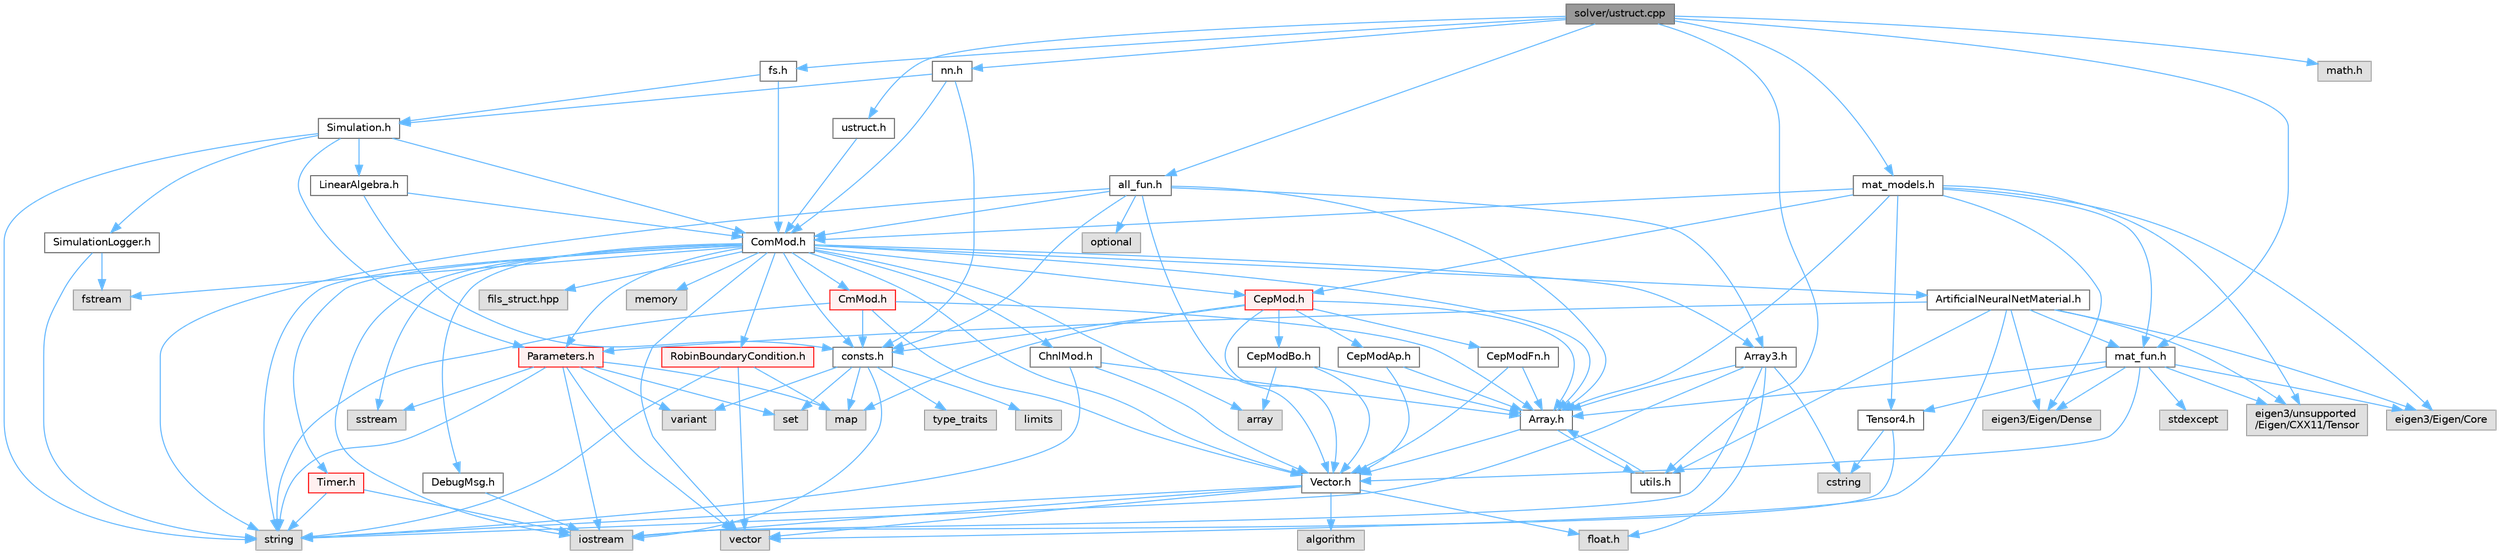
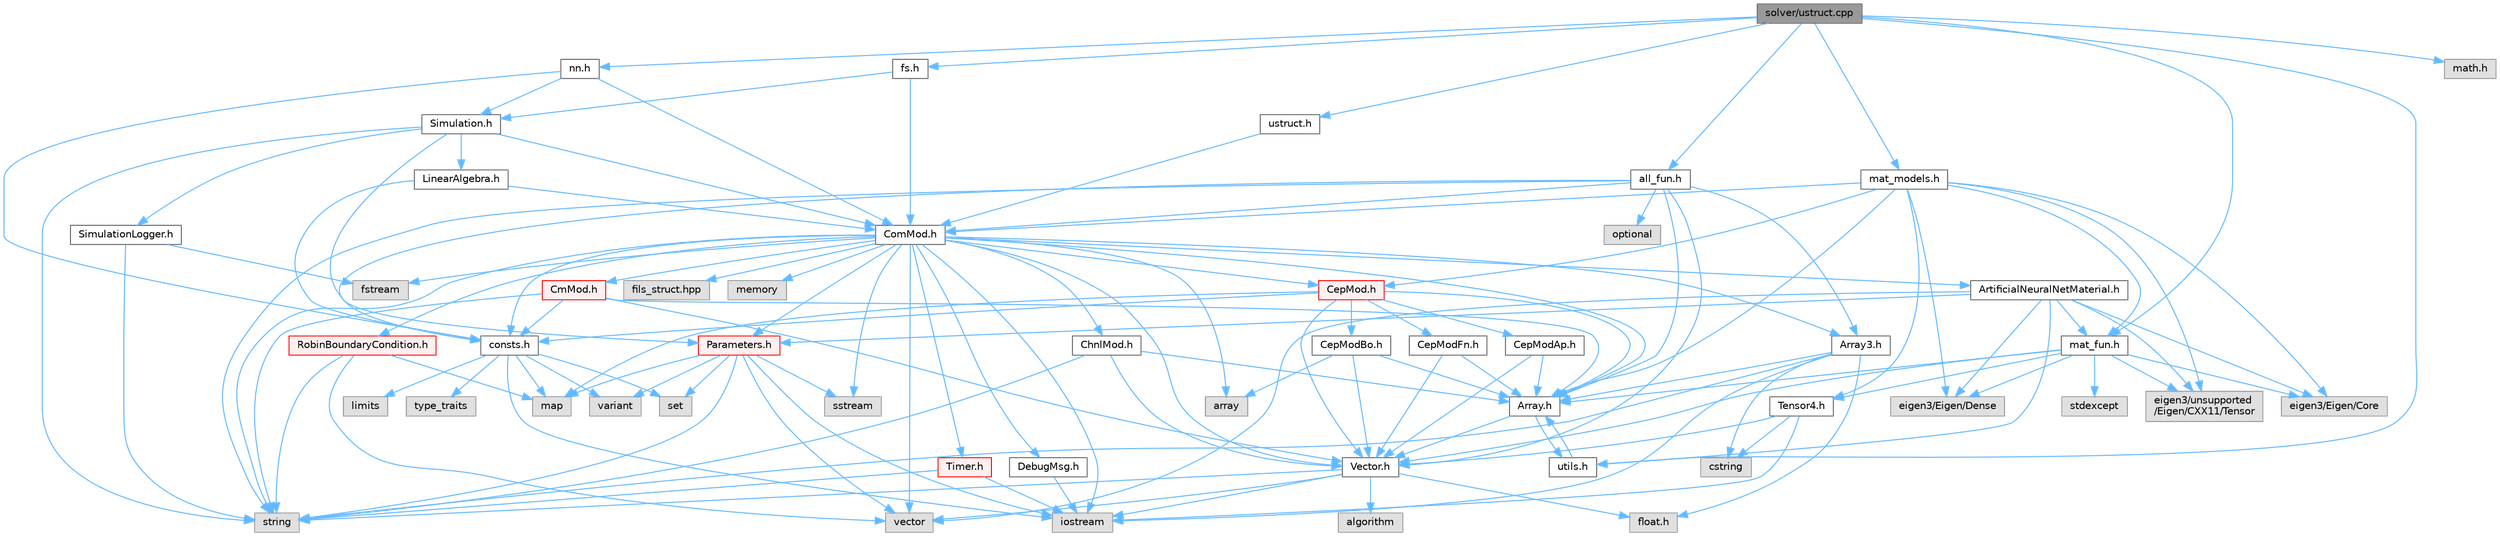
digraph "solver/ustruct.cpp"
{
 // LATEX_PDF_SIZE
  bgcolor="transparent";
  edge [fontname=Helvetica,fontsize=10,labelfontname=Helvetica,labelfontsize=10];
  node [fontname=Helvetica,fontsize=10,shape=box,height=0.2,width=0.4];
  Node1 [id="Node000001",label="solver/ustruct.cpp",height=0.2,width=0.4,color="gray40", fillcolor="grey60", style="filled", fontcolor="black",tooltip="Structural mechanics implementation based on the following reference:"];
  Node1 -> Node2 [id="edge1_Node000001_Node000002",color="steelblue1",style="solid",tooltip=" "];
  Node2 [id="Node000002",label="ustruct.h",height=0.2,width=0.4,color="grey40", fillcolor="white", style="filled",URL="$ustruct_8h_source.html",tooltip=" "];
  Node2 -> Node3 [id="edge2_Node000002_Node000003",color="steelblue1",style="solid",tooltip=" "];
  Node3 [id="Node000003",label="ComMod.h",height=0.2,width=0.4,color="grey40", fillcolor="white", style="filled",URL="$_com_mod_8h_source.html",tooltip=" "];
  Node3 -> Node4 [id="edge3_Node000003_Node000004",color="steelblue1",style="solid",tooltip=" "];
  Node4 [id="Node000004",label="Array.h",height=0.2,width=0.4,color="grey40", fillcolor="white", style="filled",URL="$_array_8h_source.html",tooltip=" "];
  Node4 -> Node5 [id="edge4_Node000004_Node000005",color="steelblue1",style="solid",tooltip=" "];
  Node5 [id="Node000005",label="Vector.h",height=0.2,width=0.4,color="grey40", fillcolor="white", style="filled",URL="$_vector_8h_source.html",tooltip=" "];
  Node5 -> Node6 [id="edge5_Node000005_Node000006",color="steelblue1",style="solid",tooltip=" "];
  Node6 [id="Node000006",label="algorithm",height=0.2,width=0.4,color="grey60", fillcolor="#E0E0E0", style="filled",tooltip=" "];
  Node5 -> Node7 [id="edge6_Node000005_Node000007",color="steelblue1",style="solid",tooltip=" "];
  Node7 [id="Node000007",label="float.h",height=0.2,width=0.4,color="grey60", fillcolor="#E0E0E0", style="filled",tooltip=" "];
  Node5 -> Node8 [id="edge7_Node000005_Node000008",color="steelblue1",style="solid",tooltip=" "];
  Node8 [id="Node000008",label="iostream",height=0.2,width=0.4,color="grey60", fillcolor="#E0E0E0", style="filled",tooltip=" "];
  Node5 -> Node9 [id="edge8_Node000005_Node000009",color="steelblue1",style="solid",tooltip=" "];
  Node9 [id="Node000009",label="string",height=0.2,width=0.4,color="grey60", fillcolor="#E0E0E0", style="filled",tooltip=" "];
  Node5 -> Node10 [id="edge9_Node000005_Node000010",color="steelblue1",style="solid",tooltip=" "];
  Node10 [id="Node000010",label="vector",height=0.2,width=0.4,color="grey60", fillcolor="#E0E0E0", style="filled",tooltip=" "];
  Node4 -> Node11 [id="edge10_Node000004_Node000011",color="steelblue1",style="solid",tooltip=" "];
  Node11 [id="Node000011",label="utils.h",height=0.2,width=0.4,color="grey40", fillcolor="white", style="filled",URL="$utils_8h_source.html",tooltip=" "];
  Node11 -> Node4 [id="edge11_Node000011_Node000004",color="steelblue1",style="solid",tooltip=" "];
  Node3 -> Node12 [id="edge12_Node000003_Node000012",color="steelblue1",style="solid",tooltip=" "];
  Node12 [id="Node000012",label="Array3.h",height=0.2,width=0.4,color="grey40", fillcolor="white", style="filled",URL="$_array3_8h_source.html",tooltip=" "];
  Node12 -> Node4 [id="edge13_Node000012_Node000004",color="steelblue1",style="solid",tooltip=" "];
  Node12 -> Node7 [id="edge14_Node000012_Node000007",color="steelblue1",style="solid",tooltip=" "];
  Node12 -> Node8 [id="edge15_Node000012_Node000008",color="steelblue1",style="solid",tooltip=" "];
  Node12 -> Node9 [id="edge16_Node000012_Node000009",color="steelblue1",style="solid",tooltip=" "];
  Node12 -> Node13 [id="edge17_Node000012_Node000013",color="steelblue1",style="solid",tooltip=" "];
  Node13 [id="Node000013",label="cstring",height=0.2,width=0.4,color="grey60", fillcolor="#E0E0E0", style="filled",tooltip=" "];
  Node3 -> Node14 [id="edge18_Node000003_Node000014",color="steelblue1",style="solid",tooltip=" "];
  Node14 [id="Node000014",label="CepMod.h",height=0.2,width=0.4,color="red", fillcolor="#FFF0F0", style="filled",URL="$_cep_mod_8h_source.html",tooltip=" "];
  Node14 -> Node15 [id="edge19_Node000014_Node000015",color="steelblue1",style="solid",tooltip=" "];
  Node15 [id="Node000015",label="CepModAp.h",height=0.2,width=0.4,color="grey40", fillcolor="white", style="filled",URL="$_cep_mod_ap_8h_source.html",tooltip=" "];
  Node15 -> Node4 [id="edge20_Node000015_Node000004",color="steelblue1",style="solid",tooltip=" "];
  Node15 -> Node5 [id="edge21_Node000015_Node000005",color="steelblue1",style="solid",tooltip=" "];
  Node14 -> Node16 [id="edge22_Node000014_Node000016",color="steelblue1",style="solid",tooltip=" "];
  Node16 [id="Node000016",label="CepModBo.h",height=0.2,width=0.4,color="grey40", fillcolor="white", style="filled",URL="$_cep_mod_bo_8h_source.html",tooltip=" "];
  Node16 -> Node4 [id="edge23_Node000016_Node000004",color="steelblue1",style="solid",tooltip=" "];
  Node16 -> Node5 [id="edge24_Node000016_Node000005",color="steelblue1",style="solid",tooltip=" "];
  Node16 -> Node17 [id="edge25_Node000016_Node000017",color="steelblue1",style="solid",tooltip=" "];
  Node17 [id="Node000017",label="array",height=0.2,width=0.4,color="grey60", fillcolor="#E0E0E0", style="filled",tooltip=" "];
  Node14 -> Node18 [id="edge26_Node000014_Node000018",color="steelblue1",style="solid",tooltip=" "];
  Node18 [id="Node000018",label="CepModFn.h",height=0.2,width=0.4,color="grey40", fillcolor="white", style="filled",URL="$_cep_mod_fn_8h_source.html",tooltip=" "];
  Node18 -> Node4 [id="edge27_Node000018_Node000004",color="steelblue1",style="solid",tooltip=" "];
  Node18 -> Node5 [id="edge28_Node000018_Node000005",color="steelblue1",style="solid",tooltip=" "];
  Node14 -> Node22 [id="edge29_Node000014_Node000022",color="steelblue1",style="solid",tooltip=" "];
  Node22 [id="Node000022",label="consts.h",height=0.2,width=0.4,color="grey40", fillcolor="white", style="filled",URL="$consts_8h_source.html",tooltip=" "];
  Node22 -> Node8 [id="edge30_Node000022_Node000008",color="steelblue1",style="solid",tooltip=" "];
  Node22 -> Node23 [id="edge31_Node000022_Node000023",color="steelblue1",style="solid",tooltip=" "];
  Node23 [id="Node000023",label="limits",height=0.2,width=0.4,color="grey60", fillcolor="#E0E0E0", style="filled",tooltip=" "];
  Node22 -> Node24 [id="edge32_Node000022_Node000024",color="steelblue1",style="solid",tooltip=" "];
  Node24 [id="Node000024",label="map",height=0.2,width=0.4,color="grey60", fillcolor="#E0E0E0", style="filled",tooltip=" "];
  Node22 -> Node25 [id="edge33_Node000022_Node000025",color="steelblue1",style="solid",tooltip=" "];
  Node25 [id="Node000025",label="set",height=0.2,width=0.4,color="grey60", fillcolor="#E0E0E0", style="filled",tooltip=" "];
  Node22 -> Node26 [id="edge34_Node000022_Node000026",color="steelblue1",style="solid",tooltip=" "];
  Node26 [id="Node000026",label="type_traits",height=0.2,width=0.4,color="grey60", fillcolor="#E0E0E0", style="filled",tooltip=" "];
  Node22 -> Node27 [id="edge35_Node000022_Node000027",color="steelblue1",style="solid",tooltip=" "];
  Node27 [id="Node000027",label="variant",height=0.2,width=0.4,color="grey60", fillcolor="#E0E0E0", style="filled",tooltip=" "];
  Node14 -> Node4 [id="edge36_Node000014_Node000004",color="steelblue1",style="solid",tooltip=" "];
  Node14 -> Node5 [id="edge37_Node000014_Node000005",color="steelblue1",style="solid",tooltip=" "];
  Node14 -> Node24 [id="edge38_Node000014_Node000024",color="steelblue1",style="solid",tooltip=" "];
  Node3 -> Node28 [id="edge39_Node000003_Node000028",color="steelblue1",style="solid",tooltip=" "];
  Node28 [id="Node000028",label="ChnlMod.h",height=0.2,width=0.4,color="grey40", fillcolor="white", style="filled",URL="$_chnl_mod_8h_source.html",tooltip=" "];
  Node28 -> Node4 [id="edge40_Node000028_Node000004",color="steelblue1",style="solid",tooltip=" "];
  Node28 -> Node5 [id="edge41_Node000028_Node000005",color="steelblue1",style="solid",tooltip=" "];
  Node28 -> Node9 [id="edge42_Node000028_Node000009",color="steelblue1",style="solid",tooltip=" "];
  Node3 -> Node29 [id="edge43_Node000003_Node000029",color="steelblue1",style="solid",tooltip=" "];
  Node29 [id="Node000029",label="CmMod.h",height=0.2,width=0.4,color="red", fillcolor="#FFF0F0", style="filled",URL="$_cm_mod_8h_source.html",tooltip=" "];
  Node29 -> Node4 [id="edge44_Node000029_Node000004",color="steelblue1",style="solid",tooltip=" "];
  Node29 -> Node5 [id="edge45_Node000029_Node000005",color="steelblue1",style="solid",tooltip=" "];
  Node29 -> Node22 [id="edge46_Node000029_Node000022",color="steelblue1",style="solid",tooltip=" "];
  Node29 -> Node9 [id="edge47_Node000029_Node000009",color="steelblue1",style="solid",tooltip=" "];
  Node3 -> Node31 [id="edge48_Node000003_Node000031",color="steelblue1",style="solid",tooltip=" "];
  Node31 [id="Node000031",label="Parameters.h",height=0.2,width=0.4,color="red", fillcolor="#FFF0F0", style="filled",URL="$_parameters_8h_source.html",tooltip=" "];
  Node31 -> Node8 [id="edge49_Node000031_Node000008",color="steelblue1",style="solid",tooltip=" "];
  Node31 -> Node24 [id="edge50_Node000031_Node000024",color="steelblue1",style="solid",tooltip=" "];
  Node31 -> Node25 [id="edge51_Node000031_Node000025",color="steelblue1",style="solid",tooltip=" "];
  Node31 -> Node34 [id="edge52_Node000031_Node000034",color="steelblue1",style="solid",tooltip=" "];
  Node34 [id="Node000034",label="sstream",height=0.2,width=0.4,color="grey60", fillcolor="#E0E0E0", style="filled",tooltip=" "];
  Node31 -> Node9 [id="edge53_Node000031_Node000009",color="steelblue1",style="solid",tooltip=" "];
  Node31 -> Node27 [id="edge54_Node000031_Node000027",color="steelblue1",style="solid",tooltip=" "];
  Node31 -> Node10 [id="edge55_Node000031_Node000010",color="steelblue1",style="solid",tooltip=" "];
  Node3 -> Node37 [id="edge56_Node000003_Node000037",color="steelblue1",style="solid",tooltip=" "];
  Node37 [id="Node000037",label="RobinBoundaryCondition.h",height=0.2,width=0.4,color="red", fillcolor="#FFF0F0", style="filled",URL="$_robin_boundary_condition_8h_source.html",tooltip=" "];
  Node37 -> Node9 [id="edge57_Node000037_Node000009",color="steelblue1",style="solid",tooltip=" "];
  Node37 -> Node24 [id="edge58_Node000037_Node000024",color="steelblue1",style="solid",tooltip=" "];
  Node37 -> Node10 [id="edge59_Node000037_Node000010",color="steelblue1",style="solid",tooltip=" "];
  Node3 -> Node45 [id="edge60_Node000003_Node000045",color="steelblue1",style="solid",tooltip=" "];
  Node45 [id="Node000045",label="Timer.h",height=0.2,width=0.4,color="red", fillcolor="#FFF0F0", style="filled",URL="$_timer_8h_source.html",tooltip=" "];
  Node45 -> Node8 [id="edge61_Node000045_Node000008",color="steelblue1",style="solid",tooltip=" "];
  Node45 -> Node9 [id="edge62_Node000045_Node000009",color="steelblue1",style="solid",tooltip=" "];
  Node3 -> Node5 [id="edge63_Node000003_Node000005",color="steelblue1",style="solid",tooltip=" "];
  Node3 -> Node47 [id="edge64_Node000003_Node000047",color="steelblue1",style="solid",tooltip=" "];
  Node47 [id="Node000047",label="DebugMsg.h",height=0.2,width=0.4,color="grey40", fillcolor="white", style="filled",URL="$_debug_msg_8h_source.html",tooltip=" "];
  Node47 -> Node8 [id="edge65_Node000047_Node000008",color="steelblue1",style="solid",tooltip=" "];
  Node3 -> Node22 [id="edge66_Node000003_Node000022",color="steelblue1",style="solid",tooltip=" "];
  Node3 -> Node48 [id="edge67_Node000003_Node000048",color="steelblue1",style="solid",tooltip=" "];
  Node48 [id="Node000048",label="fils_struct.hpp",height=0.2,width=0.4,color="grey60", fillcolor="#E0E0E0", style="filled",tooltip=" "];
  Node3 -> Node49 [id="edge68_Node000003_Node000049",color="steelblue1",style="solid",tooltip=" "];
  Node49 [id="Node000049",label="ArtificialNeuralNetMaterial.h",height=0.2,width=0.4,color="grey40", fillcolor="white", style="filled",URL="$_artificial_neural_net_material_8h_source.html",tooltip=" "];
  Node49 -> Node50 [id="edge69_Node000049_Node000050",color="steelblue1",style="solid",tooltip=" "];
  Node50 [id="Node000050",label="mat_fun.h",height=0.2,width=0.4,color="grey40", fillcolor="white", style="filled",URL="$mat__fun_8h_source.html",tooltip=" "];
  Node50 -> Node51 [id="edge70_Node000050_Node000051",color="steelblue1",style="solid",tooltip=" "];
  Node51 [id="Node000051",label="eigen3/Eigen/Core",height=0.2,width=0.4,color="grey60", fillcolor="#E0E0E0", style="filled",tooltip=" "];
  Node50 -> Node52 [id="edge71_Node000050_Node000052",color="steelblue1",style="solid",tooltip=" "];
  Node52 [id="Node000052",label="eigen3/Eigen/Dense",height=0.2,width=0.4,color="grey60", fillcolor="#E0E0E0", style="filled",tooltip=" "];
  Node50 -> Node53 [id="edge72_Node000050_Node000053",color="steelblue1",style="solid",tooltip=" "];
  Node53 [id="Node000053",label="eigen3/unsupported\l/Eigen/CXX11/Tensor",height=0.2,width=0.4,color="grey60", fillcolor="#E0E0E0", style="filled",tooltip=" "];
  Node50 -> Node43 [id="edge73_Node000050_Node000043",color="steelblue1",style="solid",tooltip=" "];
  Node43 [id="Node000043",label="stdexcept",height=0.2,width=0.4,color="grey60", fillcolor="#E0E0E0", style="filled",tooltip=" "];
  Node50 -> Node4 [id="edge74_Node000050_Node000004",color="steelblue1",style="solid",tooltip=" "];
  Node50 -> Node54 [id="edge75_Node000050_Node000054",color="steelblue1",style="solid",tooltip=" "];
  Node54 [id="Node000054",label="Tensor4.h",height=0.2,width=0.4,color="grey40", fillcolor="white", style="filled",URL="$_tensor4_8h_source.html",tooltip=" "];
  Node54 -> Node13 [id="edge76_Node000054_Node000013",color="steelblue1",style="solid",tooltip=" "];
  Node54 -> Node8 [id="edge77_Node000054_Node000008",color="steelblue1",style="solid",tooltip=" "];
-   Node50 -> Node5 [id="edge78_Node000050_Node000005",color="steelblue1",style="solid",tooltip=" "];
-   Node49 -> Node11 [id="edge79_Node000049_Node000011",color="steelblue1",style="solid",tooltip=" "];
-   Node49 -> Node31 [id="edge80_Node000049_Node000031",color="steelblue1",style="solid",tooltip=" "];
-   Node49 -> Node10 [id="edge81_Node000049_Node000010",color="steelblue1",style="solid",tooltip=" "];
-   Node49 -> Node51 [id="edge82_Node000049_Node000051",color="steelblue1",style="solid",tooltip=" "];
-   Node49 -> Node52 [id="edge83_Node000049_Node000052",color="steelblue1",style="solid",tooltip=" "];
-   Node49 -> Node53 [id="edge84_Node000049_Node000053",color="steelblue1",style="solid",tooltip=" "];
-   Node3 -> Node17 [id="edge85_Node000003_Node000017",color="steelblue1",style="solid",tooltip=" "];
-   Node3 -> Node8 [id="edge86_Node000003_Node000008",color="steelblue1",style="solid",tooltip=" "];
-   Node3 -> Node42 [id="edge87_Node000003_Node000042",color="steelblue1",style="solid",tooltip=" "];
+   Node54 -> Node5 [id="edge78_Node000054_Node000005",color="steelblue1",style="solid",tooltip=" "];
+   Node50 -> Node5 [id="edge79_Node000050_Node000005",color="steelblue1",style="solid",tooltip=" "];
+   Node49 -> Node11 [id="edge80_Node000049_Node000011",color="steelblue1",style="solid",tooltip=" "];
+   Node49 -> Node31 [id="edge81_Node000049_Node000031",color="steelblue1",style="solid",tooltip=" "];
+   Node49 -> Node10 [id="edge82_Node000049_Node000010",color="steelblue1",style="solid",tooltip=" "];
+   Node49 -> Node51 [id="edge83_Node000049_Node000051",color="steelblue1",style="solid",tooltip=" "];
+   Node49 -> Node52 [id="edge84_Node000049_Node000052",color="steelblue1",style="solid",tooltip=" "];
+   Node49 -> Node53 [id="edge85_Node000049_Node000053",color="steelblue1",style="solid",tooltip=" "];
+   Node3 -> Node17 [id="edge86_Node000003_Node000017",color="steelblue1",style="solid",tooltip=" "];
+   Node3 -> Node8 [id="edge87_Node000003_Node000008",color="steelblue1",style="solid",tooltip=" "];
+   Node3 -> Node42 [id="edge88_Node000003_Node000042",color="steelblue1",style="solid",tooltip=" "];
  Node42 [id="Node000042",label="memory",height=0.2,width=0.4,color="grey60", fillcolor="#E0E0E0", style="filled",tooltip=" "];
-   Node3 -> Node9 [id="edge88_Node000003_Node000009",color="steelblue1",style="solid",tooltip=" "];
-   Node3 -> Node10 [id="edge89_Node000003_Node000010",color="steelblue1",style="solid",tooltip=" "];
-   Node3 -> Node41 [id="edge90_Node000003_Node000041",color="steelblue1",style="solid",tooltip=" "];
+   Node3 -> Node9 [id="edge89_Node000003_Node000009",color="steelblue1",style="solid",tooltip=" "];
+   Node3 -> Node10 [id="edge90_Node000003_Node000010",color="steelblue1",style="solid",tooltip=" "];
+   Node3 -> Node41 [id="edge91_Node000003_Node000041",color="steelblue1",style="solid",tooltip=" "];
  Node41 [id="Node000041",label="fstream",height=0.2,width=0.4,color="grey60", fillcolor="#E0E0E0", style="filled",tooltip=" "];
-   Node3 -> Node34 [id="edge91_Node000003_Node000034",color="steelblue1",style="solid",tooltip=" "];
-   Node1 -> Node55 [id="edge92_Node000001_Node000055",color="steelblue1",style="solid",tooltip=" "];
+   Node3 -> Node34 [id="edge92_Node000003_Node000034",color="steelblue1",style="solid",tooltip=" "];
+   Node1 -> Node55 [id="edge93_Node000001_Node000055",color="steelblue1",style="solid",tooltip=" "];
  Node55 [id="Node000055",label="all_fun.h",height=0.2,width=0.4,color="grey40", fillcolor="white", style="filled",URL="$all__fun_8h_source.html",tooltip=" "];
-   Node55 -> Node12 [id="edge93_Node000055_Node000012",color="steelblue1",style="solid",tooltip=" "];
-   Node55 -> Node4 [id="edge94_Node000055_Node000004",color="steelblue1",style="solid",tooltip=" "];
-   Node55 -> Node5 [id="edge95_Node000055_Node000005",color="steelblue1",style="solid",tooltip=" "];
-   Node55 -> Node3 [id="edge96_Node000055_Node000003",color="steelblue1",style="solid",tooltip=" "];
-   Node55 -> Node22 [id="edge97_Node000055_Node000022",color="steelblue1",style="solid",tooltip=" "];
-   Node55 -> Node20 [id="edge98_Node000055_Node000020",color="steelblue1",style="solid",tooltip=" "];
+   Node55 -> Node12 [id="edge94_Node000055_Node000012",color="steelblue1",style="solid",tooltip=" "];
+   Node55 -> Node4 [id="edge95_Node000055_Node000004",color="steelblue1",style="solid",tooltip=" "];
+   Node55 -> Node5 [id="edge96_Node000055_Node000005",color="steelblue1",style="solid",tooltip=" "];
+   Node55 -> Node3 [id="edge97_Node000055_Node000003",color="steelblue1",style="solid",tooltip=" "];
+   Node55 -> Node22 [id="edge98_Node000055_Node000022",color="steelblue1",style="solid",tooltip=" "];
+   Node55 -> Node20 [id="edge99_Node000055_Node000020",color="steelblue1",style="solid",tooltip=" "];
  Node20 [id="Node000020",label="optional",height=0.2,width=0.4,color="grey60", fillcolor="#E0E0E0", style="filled",tooltip=" "];
-   Node55 -> Node9 [id="edge99_Node000055_Node000009",color="steelblue1",style="solid",tooltip=" "];
-   Node1 -> Node56 [id="edge100_Node000001_Node000056",color="steelblue1",style="solid",tooltip=" "];
+   Node55 -> Node9 [id="edge100_Node000055_Node000009",color="steelblue1",style="solid",tooltip=" "];
+   Node1 -> Node56 [id="edge101_Node000001_Node000056",color="steelblue1",style="solid",tooltip=" "];
  Node56 [id="Node000056",label="fs.h",height=0.2,width=0.4,color="grey40", fillcolor="white", style="filled",URL="$fs_8h_source.html",tooltip=" "];
-   Node56 -> Node57 [id="edge101_Node000056_Node000057",color="steelblue1",style="solid",tooltip=" "];
+   Node56 -> Node57 [id="edge102_Node000056_Node000057",color="steelblue1",style="solid",tooltip=" "];
  Node57 [id="Node000057",label="Simulation.h",height=0.2,width=0.4,color="grey40", fillcolor="white", style="filled",URL="$_simulation_8h_source.html",tooltip=" "];
-   Node57 -> Node3 [id="edge102_Node000057_Node000003",color="steelblue1",style="solid",tooltip=" "];
-   Node57 -> Node31 [id="edge103_Node000057_Node000031",color="steelblue1",style="solid",tooltip=" "];
-   Node57 -> Node40 [id="edge104_Node000057_Node000040",color="steelblue1",style="solid",tooltip=" "];
+   Node57 -> Node3 [id="edge103_Node000057_Node000003",color="steelblue1",style="solid",tooltip=" "];
+   Node57 -> Node31 [id="edge104_Node000057_Node000031",color="steelblue1",style="solid",tooltip=" "];
+   Node57 -> Node40 [id="edge105_Node000057_Node000040",color="steelblue1",style="solid",tooltip=" "];
  Node40 [id="Node000040",label="SimulationLogger.h",height=0.2,width=0.4,color="grey40", fillcolor="white", style="filled",URL="$_simulation_logger_8h_source.html",tooltip=" "];
-   Node40 -> Node41 [id="edge105_Node000040_Node000041",color="steelblue1",style="solid",tooltip=" "];
-   Node40 -> Node9 [id="edge106_Node000040_Node000009",color="steelblue1",style="solid",tooltip=" "];
-   Node57 -> Node58 [id="edge107_Node000057_Node000058",color="steelblue1",style="solid",tooltip=" "];
+   Node40 -> Node41 [id="edge106_Node000040_Node000041",color="steelblue1",style="solid",tooltip=" "];
+   Node40 -> Node9 [id="edge107_Node000040_Node000009",color="steelblue1",style="solid",tooltip=" "];
+   Node57 -> Node58 [id="edge108_Node000057_Node000058",color="steelblue1",style="solid",tooltip=" "];
  Node58 [id="Node000058",label="LinearAlgebra.h",height=0.2,width=0.4,color="grey40", fillcolor="white", style="filled",URL="$_linear_algebra_8h_source.html",tooltip=" "];
-   Node58 -> Node3 [id="edge108_Node000058_Node000003",color="steelblue1",style="solid",tooltip=" "];
-   Node58 -> Node22 [id="edge109_Node000058_Node000022",color="steelblue1",style="solid",tooltip=" "];
-   Node57 -> Node9 [id="edge110_Node000057_Node000009",color="steelblue1",style="solid",tooltip=" "];
-   Node56 -> Node3 [id="edge111_Node000056_Node000003",color="steelblue1",style="solid",tooltip=" "];
-   Node1 -> Node50 [id="edge112_Node000001_Node000050",color="steelblue1",style="solid",tooltip=" "];
-   Node1 -> Node59 [id="edge113_Node000001_Node000059",color="steelblue1",style="solid",tooltip=" "];
+   Node58 -> Node3 [id="edge109_Node000058_Node000003",color="steelblue1",style="solid",tooltip=" "];
+   Node58 -> Node22 [id="edge110_Node000058_Node000022",color="steelblue1",style="solid",tooltip=" "];
+   Node57 -> Node9 [id="edge111_Node000057_Node000009",color="steelblue1",style="solid",tooltip=" "];
+   Node56 -> Node3 [id="edge112_Node000056_Node000003",color="steelblue1",style="solid",tooltip=" "];
+   Node1 -> Node50 [id="edge113_Node000001_Node000050",color="steelblue1",style="solid",tooltip=" "];
+   Node1 -> Node59 [id="edge114_Node000001_Node000059",color="steelblue1",style="solid",tooltip=" "];
  Node59 [id="Node000059",label="mat_models.h",height=0.2,width=0.4,color="grey40", fillcolor="white", style="filled",URL="$mat__models_8h_source.html",tooltip=" "];
-   Node59 -> Node4 [id="edge114_Node000059_Node000004",color="steelblue1",style="solid",tooltip=" "];
-   Node59 -> Node14 [id="edge115_Node000059_Node000014",color="steelblue1",style="solid",tooltip=" "];
-   Node59 -> Node3 [id="edge116_Node000059_Node000003",color="steelblue1",style="solid",tooltip=" "];
-   Node59 -> Node54 [id="edge117_Node000059_Node000054",color="steelblue1",style="solid",tooltip=" "];
-   Node59 -> Node50 [id="edge118_Node000059_Node000050",color="steelblue1",style="solid",tooltip=" "];
-   Node59 -> Node51 [id="edge119_Node000059_Node000051",color="steelblue1",style="solid",tooltip=" "];
-   Node59 -> Node52 [id="edge120_Node000059_Node000052",color="steelblue1",style="solid",tooltip=" "];
-   Node59 -> Node53 [id="edge121_Node000059_Node000053",color="steelblue1",style="solid",tooltip=" "];
-   Node1 -> Node60 [id="edge122_Node000001_Node000060",color="steelblue1",style="solid",tooltip=" "];
+   Node59 -> Node4 [id="edge115_Node000059_Node000004",color="steelblue1",style="solid",tooltip=" "];
+   Node59 -> Node14 [id="edge116_Node000059_Node000014",color="steelblue1",style="solid",tooltip=" "];
+   Node59 -> Node3 [id="edge117_Node000059_Node000003",color="steelblue1",style="solid",tooltip=" "];
+   Node59 -> Node54 [id="edge118_Node000059_Node000054",color="steelblue1",style="solid",tooltip=" "];
+   Node59 -> Node50 [id="edge119_Node000059_Node000050",color="steelblue1",style="solid",tooltip=" "];
+   Node59 -> Node51 [id="edge120_Node000059_Node000051",color="steelblue1",style="solid",tooltip=" "];
+   Node59 -> Node52 [id="edge121_Node000059_Node000052",color="steelblue1",style="solid",tooltip=" "];
+   Node59 -> Node53 [id="edge122_Node000059_Node000053",color="steelblue1",style="solid",tooltip=" "];
+   Node1 -> Node60 [id="edge123_Node000001_Node000060",color="steelblue1",style="solid",tooltip=" "];
  Node60 [id="Node000060",label="nn.h",height=0.2,width=0.4,color="grey40", fillcolor="white", style="filled",URL="$nn_8h_source.html",tooltip=" "];
-   Node60 -> Node57 [id="edge123_Node000060_Node000057",color="steelblue1",style="solid",tooltip=" "];
-   Node60 -> Node3 [id="edge124_Node000060_Node000003",color="steelblue1",style="solid",tooltip=" "];
-   Node60 -> Node22 [id="edge125_Node000060_Node000022",color="steelblue1",style="solid",tooltip=" "];
-   Node1 -> Node11 [id="edge126_Node000001_Node000011",color="steelblue1",style="solid",tooltip=" "];
-   Node1 -> Node61 [id="edge127_Node000001_Node000061",color="steelblue1",style="solid",tooltip=" "];
+   Node60 -> Node57 [id="edge124_Node000060_Node000057",color="steelblue1",style="solid",tooltip=" "];
+   Node60 -> Node3 [id="edge125_Node000060_Node000003",color="steelblue1",style="solid",tooltip=" "];
+   Node60 -> Node22 [id="edge126_Node000060_Node000022",color="steelblue1",style="solid",tooltip=" "];
+   Node1 -> Node11 [id="edge127_Node000001_Node000011",color="steelblue1",style="solid",tooltip=" "];
+   Node1 -> Node61 [id="edge128_Node000001_Node000061",color="steelblue1",style="solid",tooltip=" "];
  Node61 [id="Node000061",label="math.h",height=0.2,width=0.4,color="grey60", fillcolor="#E0E0E0", style="filled",tooltip=" "];
}
